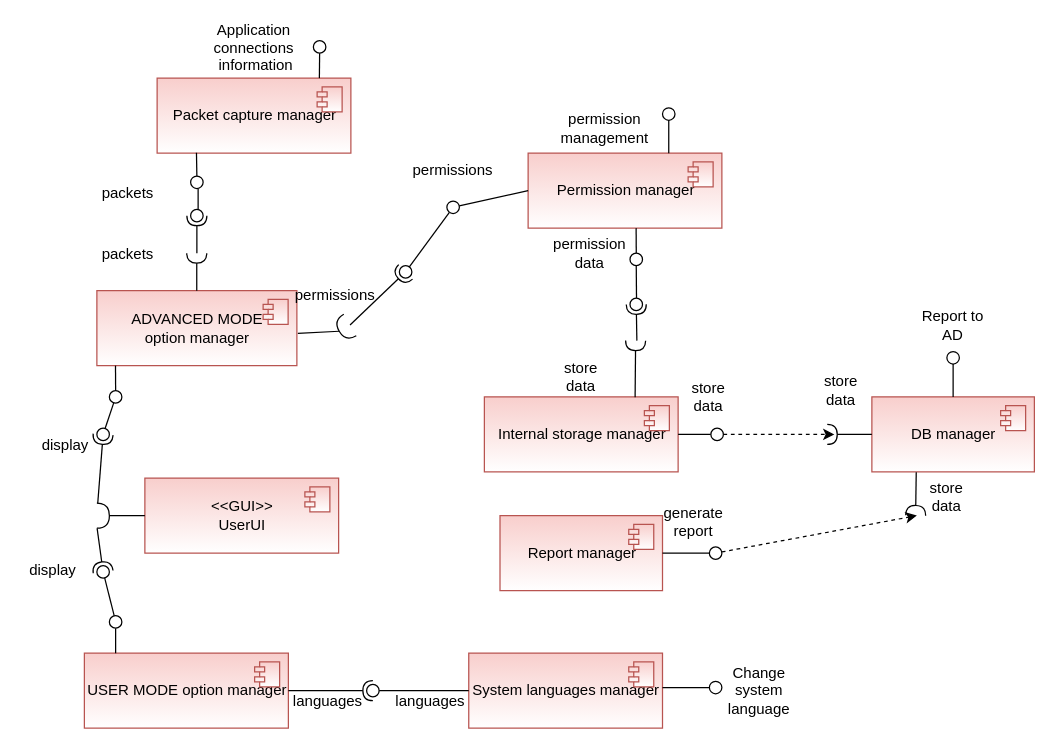
The draw.io diagram SAD/Diagrams/component_diagram.drawio in devmf027/CyberWall, before the edit. Source tidied: cells renumbered, new cells numbered last; positions are measured from the earlier drawing's top-left corner, leaving out a move shared by most shapes. Both pictures are drawn from the tidied source at 125%, with x=0, y=0 at pixel (21, 30).
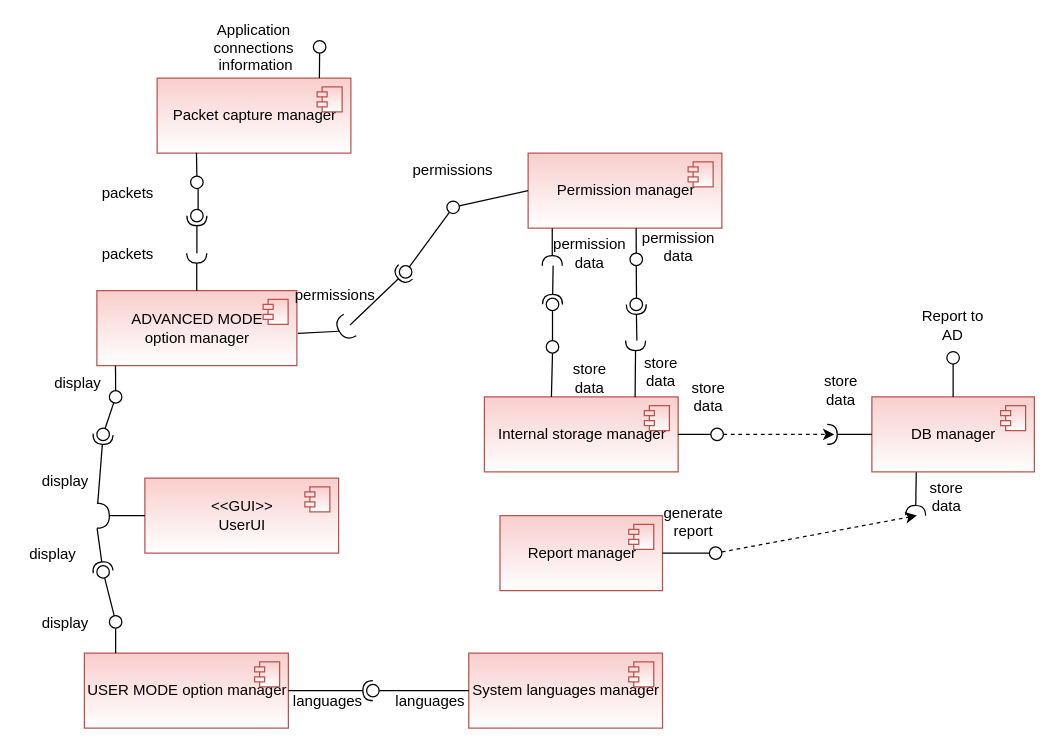
Above is the later version.

Unchanged cells that the change refers to:
```xml
<mxCell id="18" value="Internal storage manager" style="html=1;fillColor=#f8cecc;strokeColor=#b85450;gradientColor=#ffffff;" parent="1" vertex="1">
  <mxGeometry x="370" y="293" width="155" height="60" as="geometry" />
</mxCell>
```

What changed in the source:
```diff
@@
     <mxCell id="54" value="store data" style="text;html=1;strokeColor=none;fillColor=none;align=center;verticalAlign=middle;whiteSpace=wrap;rounded=0;" parent="1" vertex="1">
-      <mxGeometry x="423.1" y="256.7" width="48.8" height="40" as="geometry" />
+      <mxGeometry x="429.5" y="258" width="48.8" height="40" as="geometry" />
     </mxCell>
-    <mxCell id="55" style="rounded=0;jettySize=auto;html=1;endArrow=none;endFill=0;sketch=0;sourcePerimeterSpacing=0;targetPerimeterSpacing=0;exitX=0.5;exitY=0;exitDx=0;exitDy=0;" parent="1" edge="1" target="56">
-      <mxGeometry relative="1" as="geometry">
-        <mxPoint x="517.5" y="98" as="sourcePoint" />
-      </mxGeometry>
-    </mxCell>
-    <mxCell id="56" style="ellipse;whiteSpace=wrap;html=1;align=center;points=[];outlineConnect=0;sketch=0;" parent="1" vertex="1">
-      <mxGeometry x="512.5" y="61.7" width="10" height="10" as="geometry" />
-    </mxCell>
-    <mxCell id="57" value="permission&lt;br&gt;management" style="text;html=1;strokeColor=none;fillColor=none;align=center;verticalAlign=middle;whiteSpace=wrap;rounded=0;" parent="1" vertex="1">
-      <mxGeometry x="429.5" y="58" width="72.5" height="40" as="geometry" />
-    </mxCell>
     <mxCell id="58" value="display" style="text;align=center;fontStyle=0;verticalAlign=middle;spacingLeft=3;spacingRight=3;strokeColor=none;" parent="1" vertex="1">
-      <mxGeometry x="10" y="318" width="50" height="26" as="geometry" />
+      <mxGeometry x="20" y="268" width="50" height="26" as="geometry" />
     </mxCell>
     <mxCell id="59" value="display" style="text;align=center;fontStyle=0;verticalAlign=middle;spacingLeft=3;spacingRight=3;strokeColor=none;" parent="1" vertex="1">
-      <mxGeometry y="418" width="50" height="26" as="geometry" />
+      <mxGeometry y="405" width="50" height="26" as="geometry" />
     </mxCell>
@@
-    <mxCell id="64" style="rounded=0;jettySize=auto;html=1;endArrow=none;endFill=0;sketch=0;sourcePerimeterSpacing=0;targetPerimeterSpacing=0;exitX=1;exitY=0.5;exitDx=0;exitDy=0;" parent="1" edge="1" target="65">
-      <mxGeometry relative="1" as="geometry">
-        <mxPoint x="512.5" y="525.5" as="sourcePoint" />
-      </mxGeometry>
-    </mxCell>
-    <mxCell id="65" style="ellipse;whiteSpace=wrap;html=1;align=center;points=[];outlineConnect=0;sketch=0;" parent="1" vertex="1">
-      <mxGeometry x="550" y="520.5" width="10" height="10" as="geometry" />
-    </mxCell>
-    <mxCell id="66" value="Change system language" style="text;html=1;strokeColor=none;fillColor=none;align=center;verticalAlign=middle;whiteSpace=wrap;rounded=0;" parent="1" vertex="1">
-      <mxGeometry x="560" y="510.5" width="60" height="35" as="geometry" />
-    </mxCell>
@@
+    <mxCell id="89" value="display" style="text;align=center;fontStyle=0;verticalAlign=middle;spacingLeft=3;spacingRight=3;strokeColor=none;" parent="1" vertex="1">
+      <mxGeometry x="10" y="347" width="50" height="26" as="geometry" />
+    </mxCell>
+    <mxCell id="90" value="display" style="text;align=center;fontStyle=0;verticalAlign=middle;spacingLeft=3;spacingRight=3;strokeColor=none;" parent="1" vertex="1">
+      <mxGeometry x="10" y="460" width="50" height="26" as="geometry" />
+    </mxCell>
+    <mxCell id="91" value="permission data" style="text;html=1;strokeColor=none;fillColor=none;align=center;verticalAlign=middle;whiteSpace=wrap;rounded=0;" parent="1" vertex="1">
+      <mxGeometry x="501.2" y="153" width="48.8" height="40" as="geometry" />
+    </mxCell>
+    <mxCell id="92" value="store data" style="text;html=1;strokeColor=none;fillColor=none;align=center;verticalAlign=middle;whiteSpace=wrap;rounded=0;" parent="1" vertex="1">
+      <mxGeometry x="486.5" y="253" width="48.8" height="40" as="geometry" />
+    </mxCell>
+    <mxCell id="93" style="rounded=0;orthogonalLoop=1;jettySize=auto;html=1;endArrow=halfCircle;endFill=0;endSize=6;strokeWidth=1;sketch=0;" parent="1" edge="1">
+      <mxGeometry relative="1" as="geometry">
+        <mxPoint x="424.3" y="158" as="sourcePoint" />
+        <mxPoint x="424.3" y="188" as="targetPoint" />
+      </mxGeometry>
+    </mxCell>
+    <mxCell id="94" style="rounded=0;jettySize=auto;html=1;endArrow=none;endFill=0;sketch=0;sourcePerimeterSpacing=0;targetPerimeterSpacing=0;" parent="1" edge="1" source="97" target="96">
+      <mxGeometry relative="1" as="geometry" />
+    </mxCell>
+    <mxCell id="95" style="rounded=0;jettySize=auto;html=1;endArrow=halfCircle;endFill=0;entryX=0.5;entryY=0.5;endSize=6;strokeWidth=1;sketch=0;" parent="1" edge="1" target="96">
+      <mxGeometry relative="1" as="geometry">
+        <mxPoint x="425" y="188" as="sourcePoint" />
+      </mxGeometry>
+    </mxCell>
+    <mxCell id="96" style="ellipse;whiteSpace=wrap;html=1;align=center;points=[];outlineConnect=0;sketch=0;" parent="1" vertex="1">
+      <mxGeometry x="419.5" y="214" width="10" height="10" as="geometry" />
+    </mxCell>
+    <mxCell id="97" style="ellipse;whiteSpace=wrap;html=1;align=center;points=[];outlineConnect=0;sketch=0;" parent="1" vertex="1">
+      <mxGeometry x="419.5" y="248" width="10" height="10" as="geometry" />
+    </mxCell>
+    <mxCell id="98" style="rounded=0;jettySize=auto;html=1;endArrow=none;endFill=0;sketch=0;sourcePerimeterSpacing=0;targetPerimeterSpacing=0;entryX=0.346;entryY=0.003;entryDx=0;entryDy=0;entryPerimeter=0;" parent="1" edge="1" source="97" target="18">
+      <mxGeometry relative="1" as="geometry" />
+    </mxCell>
```
